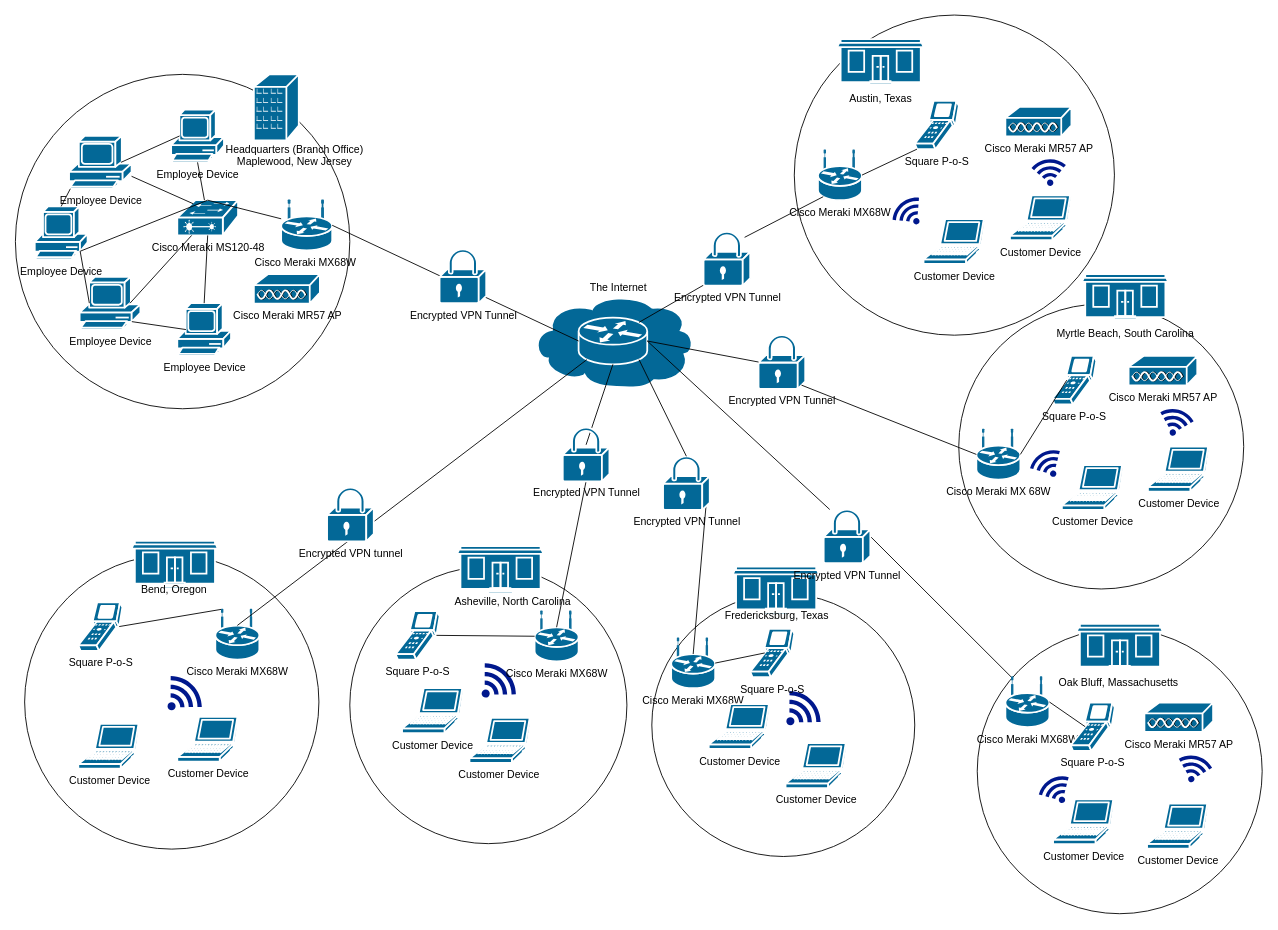
Above: Diagram/Untitled Diagram.drawio in NHartson/BPA-diagram (draw.io), before the change. Source tidied: cells renumbered, new cells numbered last; positions are measured from the earlier drawing's top-left corner, leaving out a move shared by most shapes. Both pictures are drawn from the tidied source at 88%, with x=0, y=0 at pixel (15, 15).
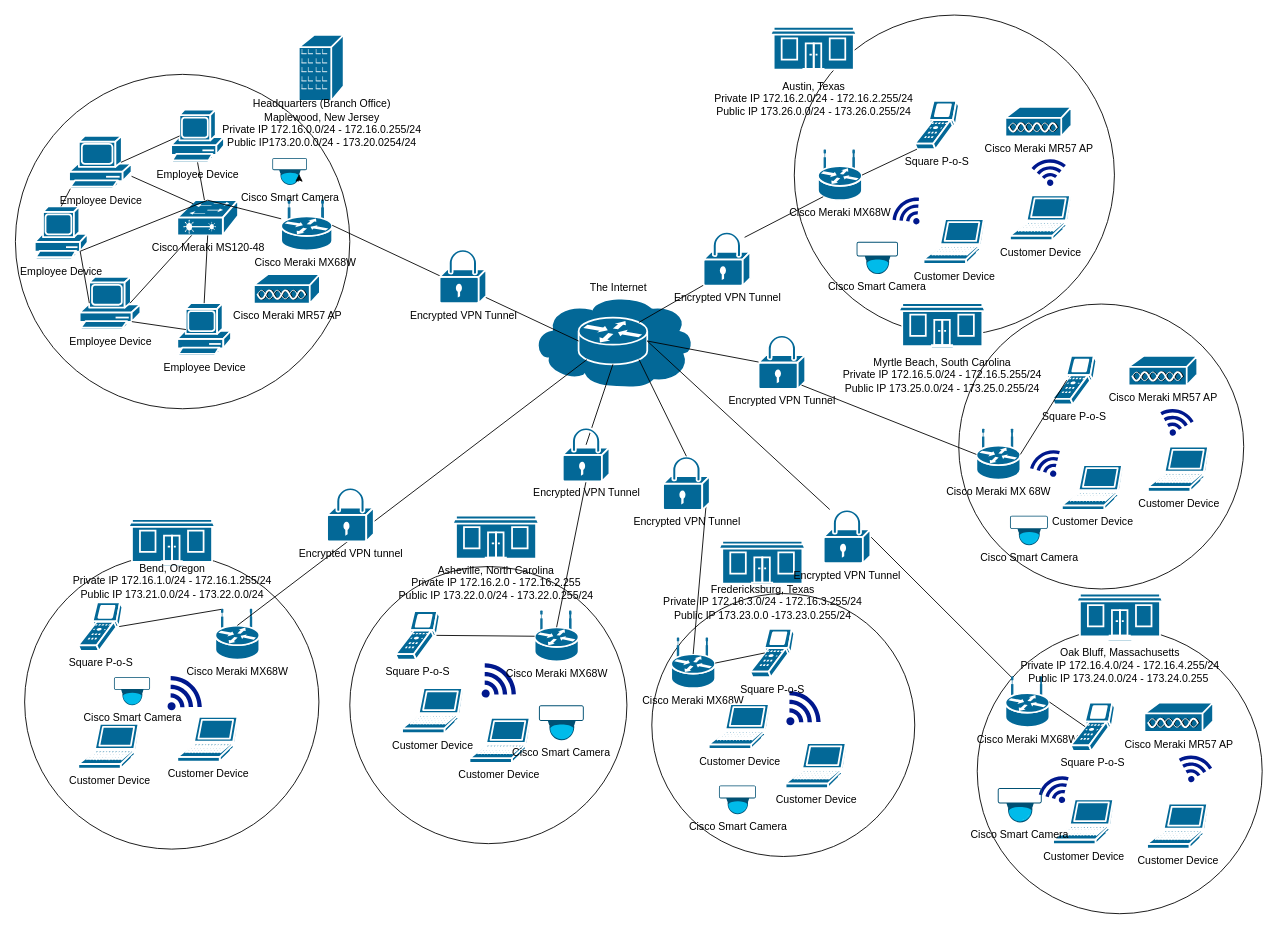
After the change.

The edit, as a diff of the source:
```diff
@@
     <mxCell id="7" style="shape=mxgraph.cisco.buildings.small_business;sketch=0;html=1;dashed=0;fillColor=#036897;strokeColor=#ffffff;strokeWidth=2;verticalLabelPosition=bottom;verticalAlign=top;align=center;" parent="1" vertex="1">
-      <mxGeometry x="132" y="597" width="98" height="54" as="geometry" />
+      <mxGeometry x="128.7" y="572.3" width="98" height="54" as="geometry" />
     </mxCell>
@@
     <mxCell id="33" style="shape=mxgraph.cisco.buildings.branch_office;sketch=0;html=1;dashed=0;fillColor=#036897;strokeColor=#ffffff;strokeWidth=2;verticalLabelPosition=bottom;verticalAlign=top;align=center;" parent="1" vertex="1">
-      <mxGeometry x="271" y="67" width="51" height="75" as="geometry" />
+      <mxGeometry x="322" y="22" width="51" height="75" as="geometry" />
     </mxCell>
-    <mxCell id="34" value="Headquarters (Branch Office)&lt;div&gt;Maplewood, New Jersey&lt;/div&gt;&lt;div&gt;&lt;br&gt;&lt;/div&gt;" style="text;html=1;align=center;verticalAlign=middle;strokeColor=none;fillColor=none;" parent="1" vertex="1">
-      <mxGeometry x="227.2" y="137" width="180" height="60" as="geometry" />
+    <mxCell id="34" value="Headquarters (Branch Office)&lt;div&gt;Maplewood, New Jersey&lt;/div&gt;&lt;div&gt;Private IP 172.16.0.0/24 - 172.16.0.255/24&lt;/div&gt;&lt;div&gt;Public IP173.20.0.0/24 - 173.20.0254/24&lt;/div&gt;&lt;div&gt;&lt;br&gt;&lt;/div&gt;&lt;div&gt;&lt;br&gt;&lt;/div&gt;" style="text;html=1;align=center;verticalAlign=middle;strokeColor=none;fillColor=none;" parent="1" vertex="1">
+      <mxGeometry x="222.5" y="87" width="250" height="100" as="geometry" />
     </mxCell>
@@
     <mxCell id="77" style="shape=mxgraph.cisco.buildings.small_business;sketch=0;html=1;dashed=0;fillColor=#036897;strokeColor=#ffffff;strokeWidth=2;verticalLabelPosition=bottom;verticalAlign=top;align=center;" parent="1" vertex="1">
-      <mxGeometry x="815.2" y="626.3" width="98" height="54" as="geometry" />
+      <mxGeometry x="799.5" y="597" width="98" height="54" as="geometry" />
     </mxCell>
@@
-    <mxCell id="84" value="Bend, Oregon" style="text;html=1;align=center;verticalAlign=middle;strokeColor=none;fillColor=none;" parent="1" vertex="1">
-      <mxGeometry x="130" y="638.3" width="100" height="30" as="geometry" />
+    <mxCell id="84" value="Bend, Oregon&lt;div&gt;Private IP 172.16.1.0/24 - 172.16.1.255/24&lt;/div&gt;&lt;div&gt;Public IP 173.21.0.0/24 - 173.22.0.0/24&lt;/div&gt;" style="text;html=1;align=center;verticalAlign=middle;strokeColor=none;fillColor=none;" parent="1" vertex="1">
+      <mxGeometry x="52.7" y="613" width="250" height="60" as="geometry" />
     </mxCell>
-    <mxCell id="85" value="Asheville, North Carolina" style="text;html=1;align=center;verticalAlign=middle;strokeColor=none;fillColor=none;" parent="1" vertex="1">
-      <mxGeometry x="485" y="651.8" width="160" height="30" as="geometry" />
+    <mxCell id="85" value="Asheville, North Carolina&lt;div&gt;Private IP 172.16.2.0 - 172.16.2.255&lt;/div&gt;&lt;div&gt;Public IP 173.22.0.0/24 - 173.22.0.255/24&lt;/div&gt;" style="text;html=1;align=center;verticalAlign=middle;strokeColor=none;fillColor=none;" parent="1" vertex="1">
+      <mxGeometry x="425.9" y="615" width="240" height="60" as="geometry" />
     </mxCell>
-    <mxCell id="86" value="Fredericksburg, Texas" style="text;html=1;align=center;verticalAlign=middle;strokeColor=none;fillColor=none;" parent="1" vertex="1">
-      <mxGeometry x="795.2" y="667" width="140" height="30" as="geometry" />
+    <mxCell id="86" value="Fredericksburg, Texas&lt;div&gt;Private IP 172.16.3.0/24 - 172.16.3.255/24&lt;/div&gt;&lt;div&gt;Public IP 173.23.0.0 -173.23.0.255/24&lt;/div&gt;" style="text;html=1;align=center;verticalAlign=middle;strokeColor=none;fillColor=none;" parent="1" vertex="1">
+      <mxGeometry x="723.5" y="637" width="250" height="60" as="geometry" />
     </mxCell>
@@
-    <mxCell id="99" value="Oak Bluff, Massachusetts&amp;nbsp;" style="shape=mxgraph.cisco.buildings.small_business;sketch=0;html=1;dashed=0;fillColor=#036897;strokeColor=#ffffff;strokeWidth=2;verticalLabelPosition=bottom;verticalAlign=top;align=center;" parent="1" vertex="1">
-      <mxGeometry x="1205.9" y="691.4" width="98" height="54" as="geometry" />
+    <mxCell id="99" value="Oak Bluff, Massachusetts&lt;div&gt;Private IP 172.16.4.0/24 - 172.16.4.255/24&lt;/div&gt;&lt;div&gt;Public IP 173.24.0.0/24 - 173.24.0.255&amp;nbsp;&lt;/div&gt;" style="shape=mxgraph.cisco.buildings.small_business;sketch=0;html=1;dashed=0;fillColor=#036897;strokeColor=#ffffff;strokeWidth=2;verticalLabelPosition=bottom;verticalAlign=top;align=center;" parent="1" vertex="1">
+      <mxGeometry x="1205.9" y="657" width="98" height="54" as="geometry" />
     </mxCell>
     <mxCell id="100" style="shape=mxgraph.cisco.buildings.small_business;sketch=0;html=1;dashed=0;fillColor=#036897;strokeColor=#ffffff;strokeWidth=2;verticalLabelPosition=bottom;verticalAlign=top;align=center;" parent="1" vertex="1">
-      <mxGeometry x="502" y="603" width="98" height="54" as="geometry" />
+      <mxGeometry x="496.9" y="568.5" width="98" height="54" as="geometry" />
     </mxCell>
-    <mxCell id="101" value="Myrtle Beach, South Carolina" style="shape=mxgraph.cisco.buildings.small_business;sketch=0;html=1;dashed=0;fillColor=#036897;strokeColor=#ffffff;strokeWidth=2;verticalLabelPosition=bottom;verticalAlign=top;align=center;" parent="1" vertex="1">
-      <mxGeometry x="1212" y="294" width="98" height="54" as="geometry" />
+    <mxCell id="101" value="Myrtle Beach, South Carolina&lt;div&gt;Private IP 172.16.5.0/24 - 172.16.5.255/24&lt;/div&gt;&lt;div&gt;Public IP 173.25.0.0/24 - 173.25.0.255/24&lt;/div&gt;" style="shape=mxgraph.cisco.buildings.small_business;sketch=0;html=1;dashed=0;fillColor=#036897;strokeColor=#ffffff;strokeWidth=2;verticalLabelPosition=bottom;verticalAlign=top;align=center;" parent="1" vertex="1">
+      <mxGeometry x="1004" y="327" width="98" height="54" as="geometry" />
     </mxCell>
-    <mxCell id="102" value="Austin, Texas" style="shape=mxgraph.cisco.buildings.small_business;sketch=0;html=1;dashed=0;fillColor=#036897;strokeColor=#ffffff;strokeWidth=2;verticalLabelPosition=bottom;verticalAlign=top;align=center;" parent="1" vertex="1">
-      <mxGeometry x="934" y="27" width="98" height="54" as="geometry" />
+    <mxCell id="102" value="&lt;div&gt;Austin, Texas&lt;/div&gt;&lt;div&gt;Private IP 172.16.2.0/24 - 172.16.2.255/24&lt;/div&gt;&lt;div&gt;Public IP 173.26.0.0/24 - 173.26.0.255/24&lt;/div&gt;" style="shape=mxgraph.cisco.buildings.small_business;sketch=0;html=1;dashed=0;fillColor=#036897;strokeColor=#ffffff;strokeWidth=2;verticalLabelPosition=bottom;verticalAlign=top;align=center;" parent="1" vertex="1">
+      <mxGeometry x="857.9" y="13" width="98" height="54" as="geometry" />
     </mxCell>
+    <mxCell id="103" value="Cisco Smart Camera" style="verticalLabelPosition=bottom;sketch=0;html=1;verticalAlign=top;align=center;shape=mxgraph.cisco19.surveillance_camera;fillColor=#005073;strokeColor=none;" parent="1" vertex="1">
+      <mxGeometry x="112" y="752" width="41" height="32" as="geometry" />
+    </mxCell>
+    <mxCell id="104" value="Cisco Smart Camera" style="verticalLabelPosition=bottom;sketch=0;html=1;verticalAlign=top;align=center;shape=mxgraph.cisco19.surveillance_camera;fillColor=#005073;strokeColor=none;" parent="1" vertex="1">
+      <mxGeometry x="594.9" y="784" width="51" height="39.8" as="geometry" />
+    </mxCell>
+    <mxCell id="105" value="Cisco Smart Camera&lt;div&gt;&lt;br&gt;&lt;/div&gt;" style="verticalLabelPosition=bottom;sketch=0;html=1;verticalAlign=top;align=center;shape=mxgraph.cisco19.surveillance_camera;fillColor=#005073;strokeColor=none;" parent="1" vertex="1">
+      <mxGeometry x="799.5" y="875" width="42" height="32.8" as="geometry" />
+    </mxCell>
+    <mxCell id="106" value="Cisco Smart Camera" style="verticalLabelPosition=bottom;sketch=0;html=1;verticalAlign=top;align=center;shape=mxgraph.cisco19.surveillance_camera;fillColor=#005073;strokeColor=none;" parent="1" vertex="1">
+      <mxGeometry x="1116.3" y="878" width="50" height="39.1" as="geometry" />
+    </mxCell>
+    <mxCell id="107" value="Cisco Smart Camera" style="verticalLabelPosition=bottom;sketch=0;html=1;verticalAlign=top;align=center;shape=mxgraph.cisco19.surveillance_camera;fillColor=#005073;strokeColor=none;" parent="1" vertex="1">
+      <mxGeometry x="1130.2" y="568.5" width="43" height="33.6" as="geometry" />
+    </mxCell>
+    <mxCell id="108" value="Cisco Smart Camera" style="verticalLabelPosition=bottom;sketch=0;html=1;verticalAlign=top;align=center;shape=mxgraph.cisco19.surveillance_camera;fillColor=#005073;strokeColor=none;" parent="1" vertex="1">
+      <mxGeometry x="955.9" y="257.3" width="47" height="36.7" as="geometry" />
+    </mxCell>
+    <mxCell id="109" value="Cisco Smart Camera&lt;div&gt;&lt;br&gt;&lt;/div&gt;" style="points=[[0.015,0.015,0],[0.5,0,0],[0.985,0.015,0],[1,0.22,0],[0.985,0.43,0],[0.73,0.85,0],[0.5,1,0],[0.285,0.85,0],[0.015,0.43,0],[0,0.22,0]];verticalLabelPosition=bottom;sketch=0;html=1;verticalAlign=top;align=center;shape=mxgraph.cisco19.surveillance_camera;fillColor=#005073;strokeColor=none;" parent="1" vertex="1">
+      <mxGeometry x="292" y="162" width="39.3" height="30.7" as="geometry" />
+    </mxCell>
+    <mxCell id="110" style="edgeStyle=orthogonalEdgeStyle;rounded=0;orthogonalLoop=1;jettySize=auto;html=1;exitX=0.73;exitY=0.85;exitDx=0;exitDy=0;exitPerimeter=0;entryX=0.771;entryY=0.599;entryDx=0;entryDy=0;entryPerimeter=0;" parent="1" edge="1" source="109" target="109">
+      <mxGeometry relative="1" as="geometry" />
+    </mxCell>
```
